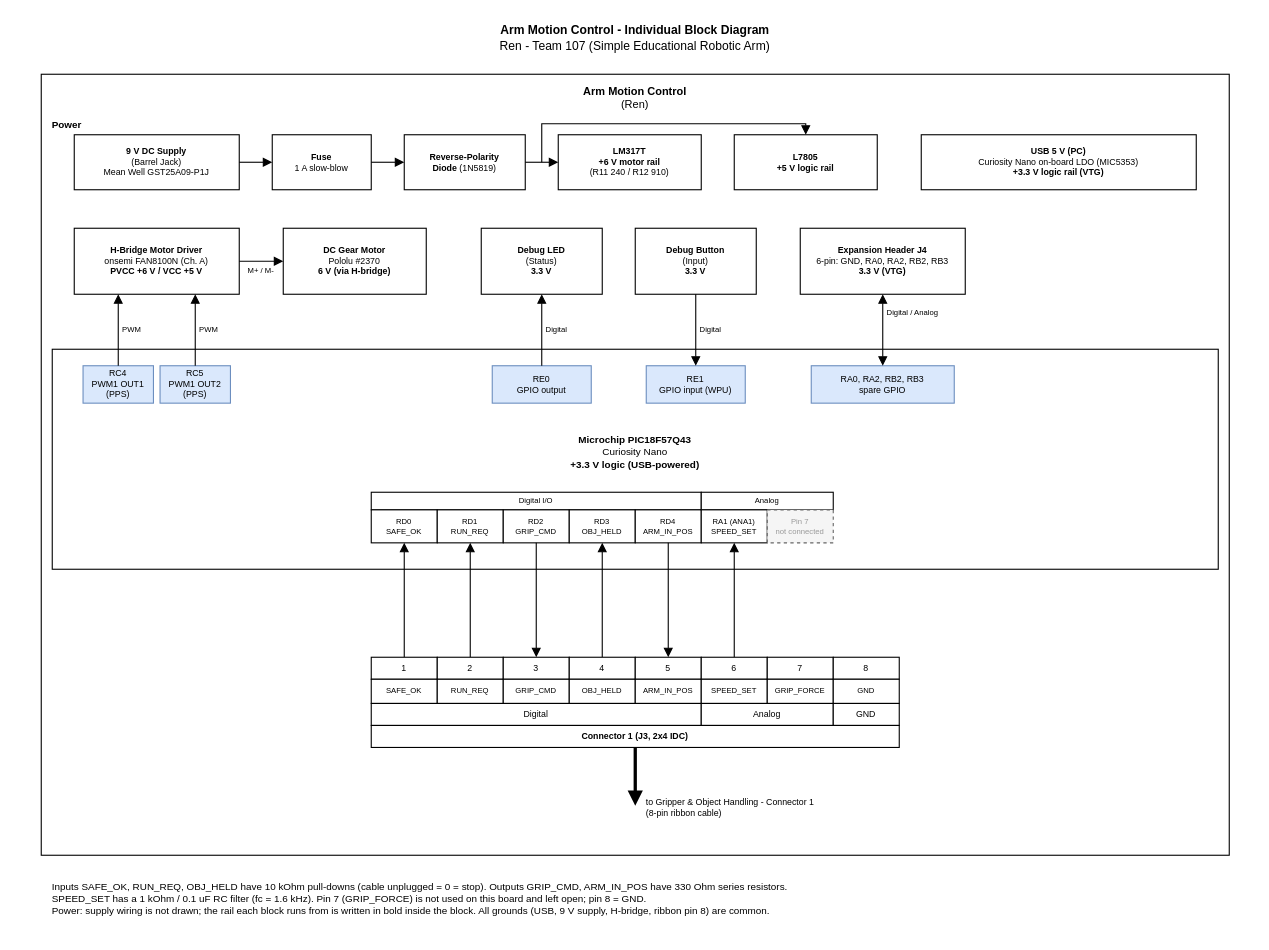
Earlier version of the draw.io diagram docs/01-Block-Diagram/Arm_Motion_Control_Individual_Block_Diagram.drawio (CrackOxide/CrackOxide_EGR304_Fall26.github.io). Source tidied: cells renumbered, new cells numbered last; positions are measured from the earlier drawing's top-left corner, leaving out a move shared by most shapes. Both pictures are drawn from the tidied source at 110%, with x=0, y=0 at pixel (19, 19).
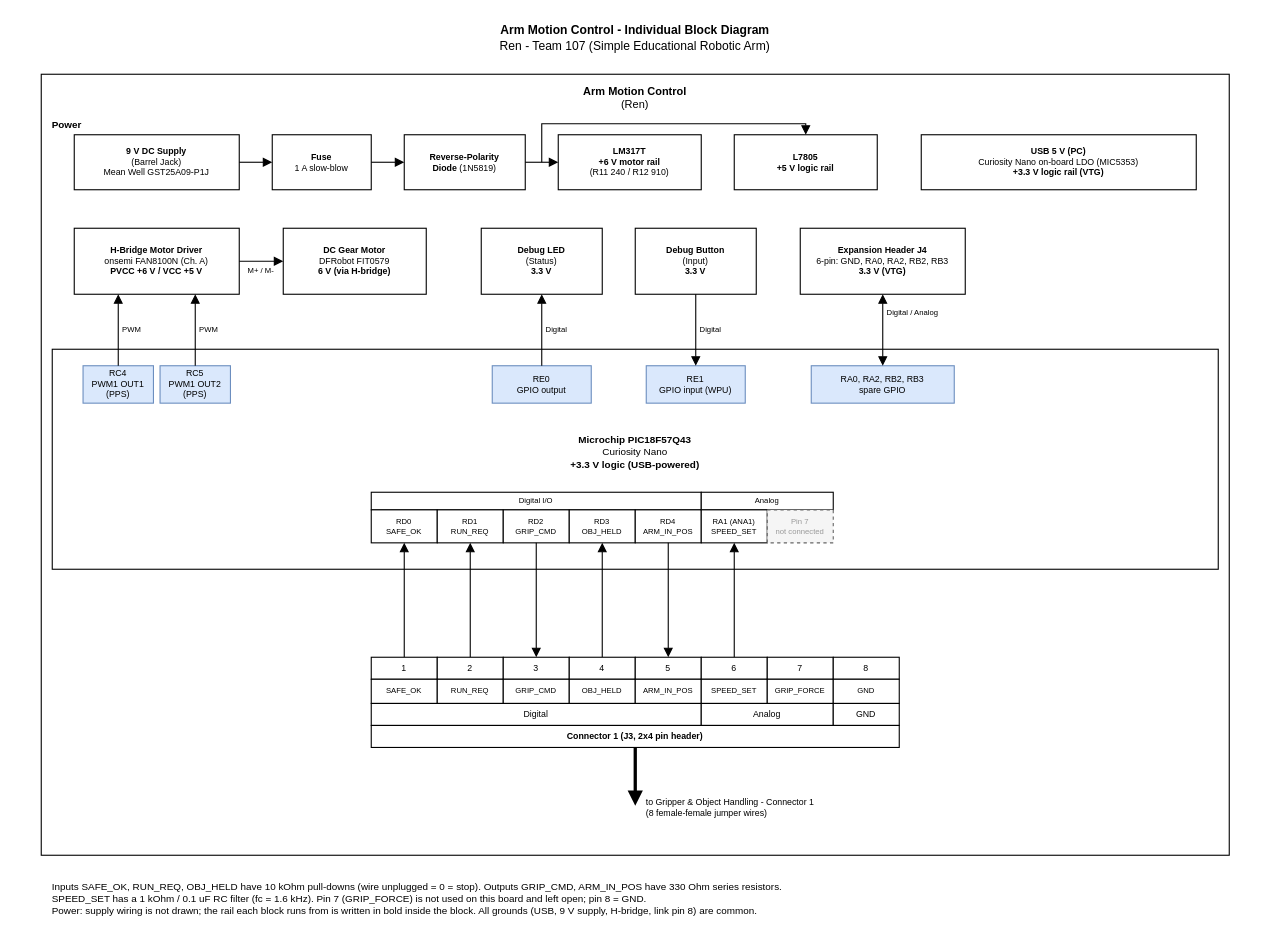
After the change.

Diff of the diagram source:
```diff
@@
-    <mxCell id="17" value="&lt;b&gt;DC Gear Motor&lt;/b&gt;&lt;br&gt;Pololu #2370&lt;br&gt;&lt;b&gt;6 V (via H-bridge)&lt;/b&gt;" style="rounded=0;whiteSpace=wrap;html=1;fillColor=#ffffff;strokeColor=#000000;fontSize=8;align=center;verticalAlign=middle;strokeWidth=1;spacing=2;" parent="1" vertex="1">
+    <mxCell id="17" value="&lt;b&gt;DC Gear Motor&lt;/b&gt;&lt;br&gt;DFRobot FIT0579&lt;br&gt;&lt;b&gt;6 V (via H-bridge)&lt;/b&gt;" style="rounded=0;whiteSpace=wrap;html=1;fillColor=#ffffff;strokeColor=#000000;fontSize=8;align=center;verticalAlign=middle;strokeWidth=1;spacing=2;" parent="1" vertex="1">
       <mxGeometry x="240" y="190" width="130" height="60" as="geometry" />
     </mxCell>
@@
-    <mxCell id="74" value="&lt;b&gt;Connector 1 (J3, 2x4 IDC)&lt;/b&gt;" style="rounded=0;whiteSpace=wrap;html=1;fillColor=#ffffff;strokeColor=#000000;fontSize=8;align=center;verticalAlign=middle;strokeWidth=1;spacing=2;" parent="1" vertex="1">
+    <mxCell id="74" value="&lt;b&gt;Connector 1 (J3, 2x4 pin header)&lt;/b&gt;" style="rounded=0;whiteSpace=wrap;html=1;fillColor=#ffffff;strokeColor=#000000;fontSize=8;align=center;verticalAlign=middle;strokeWidth=1;spacing=2;" parent="1" vertex="1">
       <mxGeometry x="320" y="642" width="480" height="20" as="geometry" />
     </mxCell>
@@
-    <mxCell id="76" value="to Gripper &amp;amp; Object Handling - Connector 1&lt;br&gt;(8-pin ribbon cable)" style="text;html=1;whiteSpace=wrap;align=left;verticalAlign=middle;fontSize=8;spacing=0;" parent="1" vertex="1">
+    <mxCell id="76" value="to Gripper &amp;amp; Object Handling - Connector 1&lt;br&gt;(8 female-female jumper wires)" style="text;html=1;whiteSpace=wrap;align=left;verticalAlign=middle;fontSize=8;spacing=0;" parent="1" vertex="1">
       <mxGeometry x="570" y="702" width="330" height="30" as="geometry" />
     </mxCell>
-    <mxCell id="77" value="Inputs SAFE_OK, RUN_REQ, OBJ_HELD have 10 kOhm pull-downs (cable unplugged = 0 = stop). Outputs GRIP_CMD, ARM_IN_POS have 330 Ohm series resistors.&lt;br&gt;SPEED_SET has a 1 kOhm / 0.1 uF RC filter (fc = 1.6 kHz). Pin 7 (GRIP_FORCE) is not used on this board and left open; pin 8 = GND.&lt;br&gt;Power: supply wiring is not drawn; the rail each block runs from is written in bold inside the block. All grounds (USB, 9 V supply, H-bridge, ribbon pin 8) are common." style="text;html=1;whiteSpace=wrap;align=left;verticalAlign=middle;fontSize=9;spacing=0;" parent="1" vertex="1">
+    <mxCell id="77" value="Inputs SAFE_OK, RUN_REQ, OBJ_HELD have 10 kOhm pull-downs (wire unplugged = 0 = stop). Outputs GRIP_CMD, ARM_IN_POS have 330 Ohm series resistors.&lt;br&gt;SPEED_SET has a 1 kOhm / 0.1 uF RC filter (fc = 1.6 kHz). Pin 7 (GRIP_FORCE) is not used on this board and left open; pin 8 = GND.&lt;br&gt;Power: supply wiring is not drawn; the rail each block runs from is written in bold inside the block. All grounds (USB, 9 V supply, H-bridge, link pin 8) are common." style="text;html=1;whiteSpace=wrap;align=left;verticalAlign=middle;fontSize=9;spacing=0;" parent="1" vertex="1">
       <mxGeometry x="30" y="770" width="1060" height="60" as="geometry" />
     </mxCell>
```
